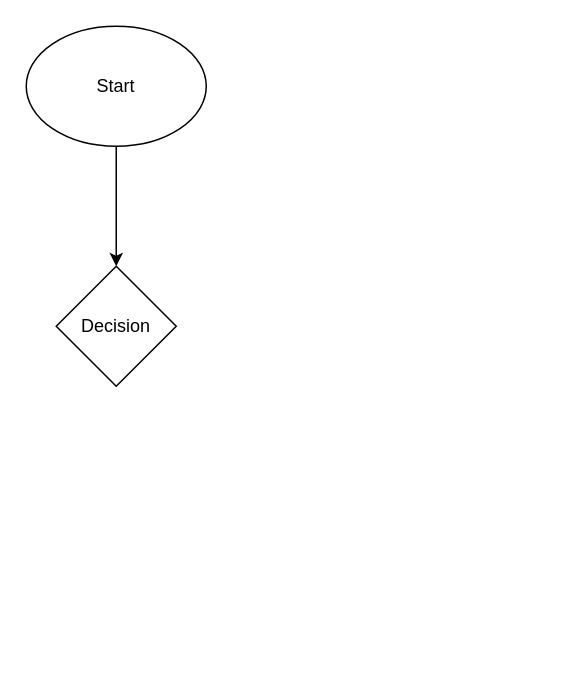
Earlier version of the draw.io diagram Untitled Diagram.drawio (jonwpen/business-analysis-diagrams). Source tidied: cells renumbered, new cells numbered last; positions are measured from the earlier drawing's top-left corner, leaving out a move shared by most shapes. Both pictures are drawn from the tidied source at 150%, with x=0, y=0 at pixel (26, 26).
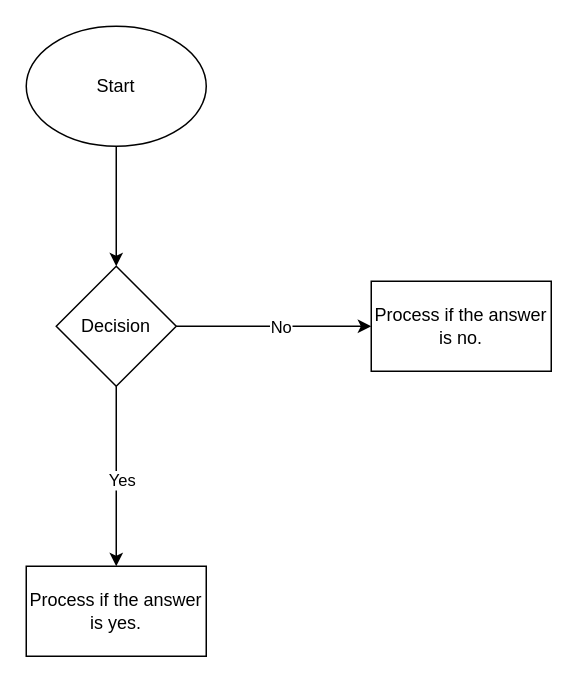
The same page after the edit.

The edit, as a diff of the source:
```diff
@@
 <mxGraphModel>
   <root>
     <mxCell id="0" />
     <mxCell id="1" parent="0" />
     <mxCell id="2" style="edgeStyle=orthogonalEdgeStyle;rounded=0;jettySize=auto;html=1;" parent="1" edge="1" source="3" target="4">
       <mxGeometry relative="1" as="geometry" />
     </mxCell>
     <mxCell id="3" value="Start" style="ellipse;whiteSpace=wrap;html=1;" parent="1" vertex="1">
       <mxGeometry width="120" height="80" as="geometry" />
     </mxCell>
+    <mxCell id="5" style="edgeStyle=orthogonalEdgeStyle;rounded=0;jettySize=auto;html=1;" parent="1" edge="1" source="4" target="9">
+      <mxGeometry relative="1" as="geometry" />
+    </mxCell>
+    <mxCell id="6" value="No" style="edgeLabel;html=1;align=center;verticalAlign=middle;" parent="5" vertex="1">
+      <mxGeometry x="0.06" relative="1" as="geometry" />
+    </mxCell>
+    <mxCell id="7" style="edgeStyle=orthogonalEdgeStyle;rounded=0;jettySize=auto;html=1;entryX=0.5;entryY=0;entryDx=0;entryDy=0;" parent="1" edge="1" source="4" target="10">
+      <mxGeometry relative="1" as="geometry" />
+    </mxCell>
+    <mxCell id="8" value="Yes" style="edgeLabel;html=1;align=center;verticalAlign=middle;" parent="7" vertex="1">
+      <mxGeometry x="0.03" y="3" relative="1" as="geometry" />
+    </mxCell>
     <mxCell id="4" value="Decision" style="rhombus;whiteSpace=wrap;html=1;" parent="1" vertex="1">
       <mxGeometry x="20" y="160" width="80" height="80" as="geometry" />
     </mxCell>
+    <mxCell id="9" value="Process if the answer is no." style="rounded=0;whiteSpace=wrap;html=1;" parent="1" vertex="1">
+      <mxGeometry x="230" y="170" width="120" height="60" as="geometry" />
+    </mxCell>
+    <mxCell id="10" value="Process if the answer is yes." style="rounded=0;whiteSpace=wrap;html=1;" parent="1" vertex="1">
+      <mxGeometry y="360" width="120" height="60" as="geometry" />
+    </mxCell>
   </root>
 </mxGraphModel>
```
